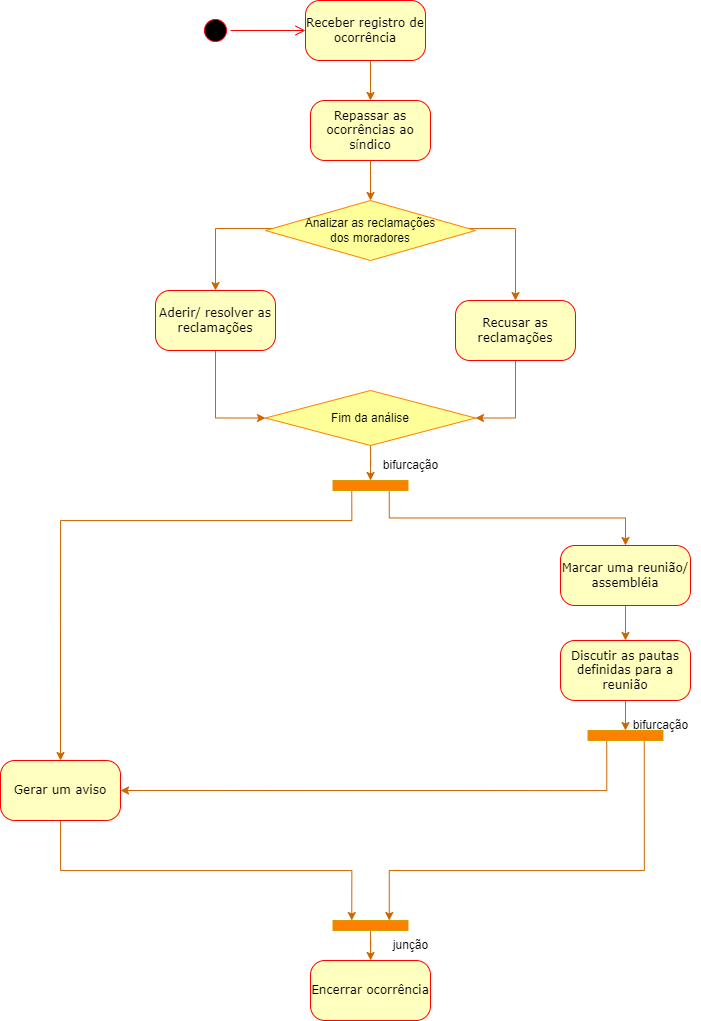
Earlier version of the draw.io export docs/assets/Diagrama_Atividades_ocorrencia.drawio.png (UnBArqDsw2022-2/2022.2_G3_SpotHood). Source tidied: cells renumbered, new cells last; positions are measured from the earlier drawing's top-left corner, leaving out a move shared by most shapes.
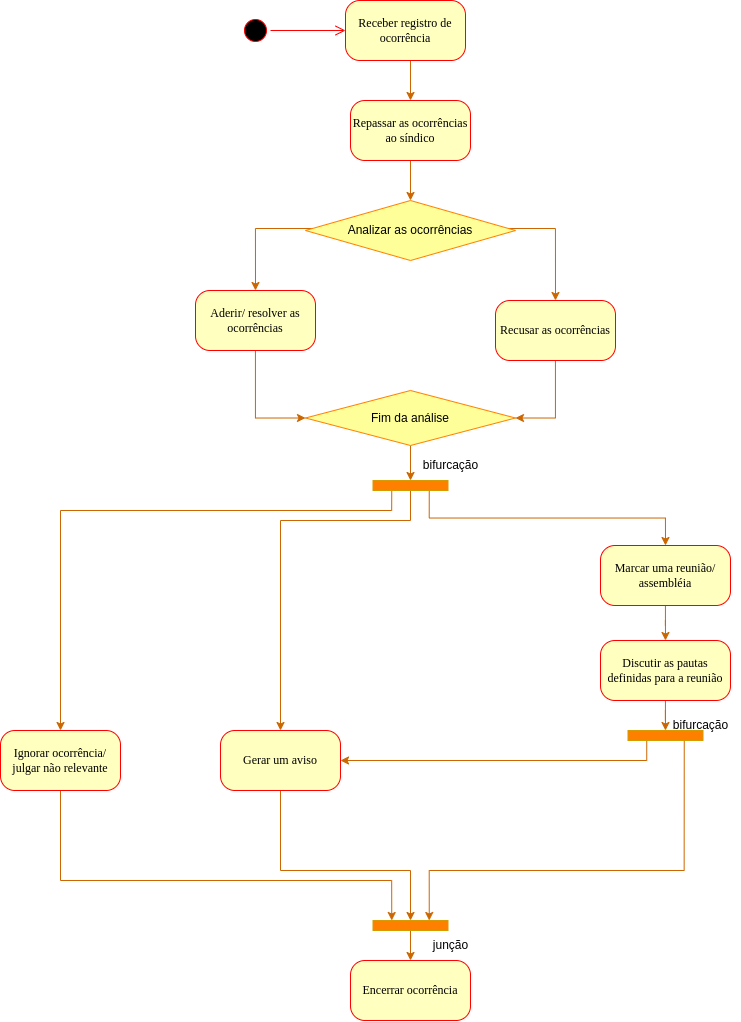
The same diagram one commit later.

Commit message:
Issue #20: Ajustes no diagrama de ocorrencias

Change to the diagram source:
```diff
@@ -22,19 +22,19 @@
         </Array>
       </mxGeometry>
     </mxCell>
-    <mxCell id="6" value="Analizar as reclamações&lt;br&gt;dos moradores" style="rhombus;whiteSpace=wrap;html=1;fillColor=#FFFF99;strokeColor=#FF8000;" parent="1" vertex="1">
+    <mxCell id="6" value="Analizar as ocorrências" style="rhombus;whiteSpace=wrap;html=1;fillColor=#FFFF99;strokeColor=#FF8000;" parent="1" vertex="1">
       <mxGeometry x="265" y="200" width="210" height="60" as="geometry" />
     </mxCell>
     <mxCell id="7" style="edgeStyle=orthogonalEdgeStyle;rounded=0;jettySize=auto;html=1;entryX=0;entryY=0.5;entryDx=0;entryDy=0;strokeColor=#CC6600;" parent="1" edge="1" source="8" target="12">
       <mxGeometry relative="1" as="geometry" />
     </mxCell>
-    <mxCell id="8" value="Aderir/ resolver as reclamações" style="rounded=1;whiteSpace=wrap;html=1;arcSize=24;fillColor=#ffffc0;strokeColor=#ff0000;shadow=0;comic=0;labelBackgroundColor=none;fontFamily=Verdana;fontSize=12;fontColor=#000000;align=center;" parent="1" vertex="1">
+    <mxCell id="8" value="Aderir/ resolver as ocorrências" style="rounded=1;whiteSpace=wrap;html=1;arcSize=24;fillColor=#ffffc0;strokeColor=#ff0000;shadow=0;comic=0;labelBackgroundColor=none;fontFamily=Verdana;fontSize=12;fontColor=#000000;align=center;" parent="1" vertex="1">
       <mxGeometry x="155" y="290" width="120" height="60" as="geometry" />
     </mxCell>
     <mxCell id="9" style="edgeStyle=orthogonalEdgeStyle;rounded=0;jettySize=auto;html=1;entryX=1;entryY=0.5;entryDx=0;entryDy=0;strokeColor=#CC6600;" parent="1" edge="1" source="10" target="12">
       <mxGeometry relative="1" as="geometry" />
     </mxCell>
-    <mxCell id="10" value="Recusar as reclamações" style="rounded=1;whiteSpace=wrap;html=1;arcSize=24;fillColor=#ffffc0;strokeColor=#ff0000;shadow=0;comic=0;labelBackgroundColor=none;fontFamily=Verdana;fontSize=12;fontColor=#000000;align=center;" parent="1" vertex="1">
+    <mxCell id="10" value="Recusar as ocorrências" style="rounded=1;whiteSpace=wrap;html=1;arcSize=24;fillColor=#ffffc0;strokeColor=#ff0000;shadow=0;comic=0;labelBackgroundColor=none;fontFamily=Verdana;fontSize=12;fontColor=#000000;align=center;" parent="1" vertex="1">
       <mxGeometry x="455" y="300" width="120" height="60" as="geometry" />
     </mxCell>
     <mxCell id="11" style="edgeStyle=orthogonalEdgeStyle;rounded=0;jettySize=auto;html=1;entryX=0.5;entryY=0;entryDx=0;entryDy=0;strokeColor=#CC6600;" parent="1" edge="1" source="12" target="20">
@@ -63,27 +63,36 @@
     <mxCell id="18" style="edgeStyle=orthogonalEdgeStyle;rounded=0;jettySize=auto;html=1;exitX=0.25;exitY=1;exitDx=0;exitDy=0;entryX=0.5;entryY=0;entryDx=0;entryDy=0;strokeColor=#CC6600;" parent="1" edge="1" source="20" target="22">
       <mxGeometry relative="1" as="geometry">
         <Array as="points">
-          <mxPoint x="351" y="520" />
-          <mxPoint x="60" y="520" />
+          <mxPoint x="370" y="490" />
+          <mxPoint x="370" y="520" />
+          <mxPoint x="240" y="520" />
         </Array>
       </mxGeometry>
     </mxCell>
     <mxCell id="19" style="edgeStyle=orthogonalEdgeStyle;rounded=0;jettySize=auto;html=1;exitX=0.75;exitY=1;exitDx=0;exitDy=0;entryX=0.5;entryY=0;entryDx=0;entryDy=0;strokeColor=#CC6600;" parent="1" edge="1" source="20" target="24">
       <mxGeometry relative="1" as="geometry" />
     </mxCell>
+    <mxCell id="35" style="edgeStyle=orthogonalEdgeStyle;rounded=0;jettySize=auto;html=1;exitX=0.25;exitY=1;exitDx=0;exitDy=0;entryX=0.5;entryY=0;entryDx=0;entryDy=0;strokeColor=#CC6600;" parent="1" edge="1" source="20" target="37">
+      <mxGeometry relative="1" as="geometry">
+        <Array as="points">
+          <mxPoint x="351" y="510" />
+          <mxPoint x="20" y="510" />
+        </Array>
+      </mxGeometry>
+    </mxCell>
     <mxCell id="20" style="rounded=0;whiteSpace=wrap;html=1;fillColor=#FF8000;strokeColor=#d79b00;" parent="1" vertex="1">
       <mxGeometry x="332.5" y="480" width="75" height="10" as="geometry" />
     </mxCell>
-    <mxCell id="21" style="edgeStyle=orthogonalEdgeStyle;rounded=0;jettySize=auto;html=1;entryX=0.25;entryY=0;entryDx=0;entryDy=0;strokeColor=#CC6600;" parent="1" edge="1" source="22" target="32">
+    <mxCell id="21" style="edgeStyle=orthogonalEdgeStyle;rounded=0;jettySize=auto;html=1;entryX=0.5;entryY=0;entryDx=0;entryDy=0;strokeColor=#CC6600;" parent="1" edge="1" source="22" target="32">
       <mxGeometry relative="1" as="geometry">
         <Array as="points">
-          <mxPoint x="60" y="870" />
-          <mxPoint x="351" y="870" />
+          <mxPoint x="240" y="870" />
+          <mxPoint x="370" y="870" />
         </Array>
       </mxGeometry>
     </mxCell>
     <mxCell id="22" value="Gerar um aviso" style="rounded=1;whiteSpace=wrap;html=1;arcSize=24;fillColor=#ffffc0;strokeColor=#ff0000;shadow=0;comic=0;labelBackgroundColor=none;fontFamily=Verdana;fontSize=12;fontColor=#000000;align=center;" parent="1" vertex="1">
-      <mxGeometry y="760" width="120" height="60" as="geometry" />
+      <mxGeometry x="180" y="730" width="120" height="60" as="geometry" />
     </mxCell>
     <mxCell id="23" style="edgeStyle=orthogonalEdgeStyle;rounded=0;jettySize=auto;html=1;entryX=0.5;entryY=0;entryDx=0;entryDy=0;strokeColor=#CC6600;" parent="1" edge="1" source="24" target="27">
       <mxGeometry relative="1" as="geometry" />
@@ -126,5 +135,16 @@
     <mxCell id="34" value="junção" style="text;html=1;align=center;verticalAlign=middle;strokeColor=none;fillColor=none;" parent="1" vertex="1">
       <mxGeometry x="380" y="930" width="60" height="30" as="geometry" />
     </mxCell>
+    <mxCell id="36" style="edgeStyle=orthogonalEdgeStyle;rounded=0;jettySize=auto;html=1;entryX=0.25;entryY=0;entryDx=0;entryDy=0;strokeColor=#CC6600;" parent="1" edge="1" source="37" target="32">
+      <mxGeometry relative="1" as="geometry">
+        <Array as="points">
+          <mxPoint x="20" y="880" />
+          <mxPoint x="351" y="880" />
+        </Array>
+      </mxGeometry>
+    </mxCell>
+    <mxCell id="37" value="Ignorar ocorrência/&lt;br&gt;julgar não relevante" style="rounded=1;whiteSpace=wrap;html=1;arcSize=24;fillColor=#ffffc0;strokeColor=#ff0000;shadow=0;comic=0;labelBackgroundColor=none;fontFamily=Verdana;fontSize=12;fontColor=#000000;align=center;" parent="1" vertex="1">
+      <mxGeometry x="-40" y="730" width="120" height="60" as="geometry" />
+    </mxCell>
   </root>
 </mxGraphModel>
```
